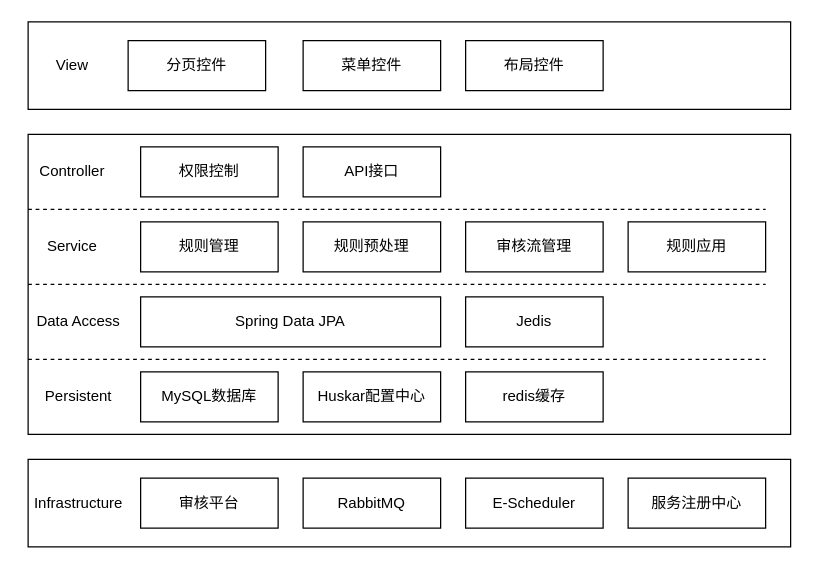
Above: 各种图/系统架构图.drawio in Jinsiye/thesis (draw.io), before the change. Source tidied: cells renumbered, new cells numbered last; positions are measured from the earlier drawing's top-left corner, leaving out a move shared by most shapes. Both pictures are drawn from the tidied source at 125%, with x=0, y=0 at pixel (21, 21).
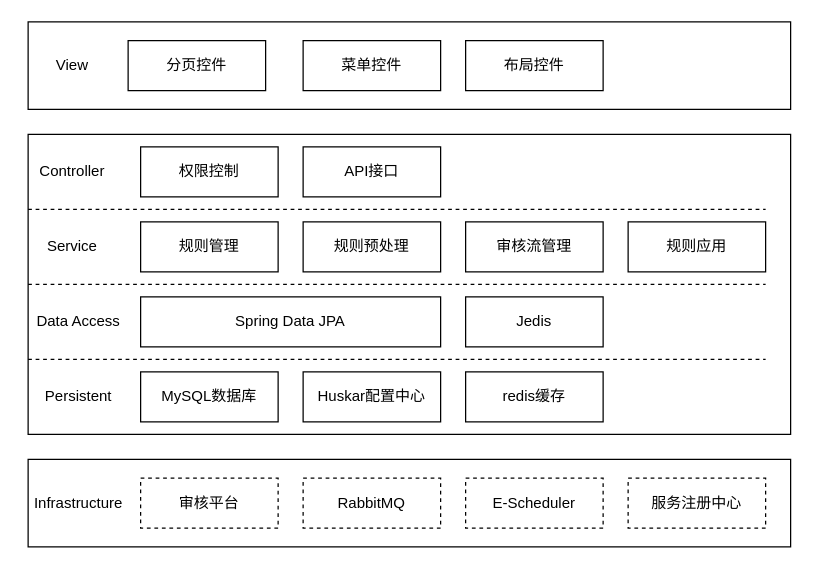
After the change.

Diff of the diagram source:
```diff
@@
-    <mxCell id="28" value="审核平台" style="rounded=0;whiteSpace=wrap;html=1;" parent="1" vertex="1">
+    <mxCell id="28" value="审核平台" style="rounded=0;whiteSpace=wrap;html=1;dashed=1;" parent="1" vertex="1">
       <mxGeometry x="95" y="365" width="110" height="40" as="geometry" />
     </mxCell>
-    <mxCell id="29" value="RabbitMQ" style="rounded=0;whiteSpace=wrap;html=1;" parent="1" vertex="1">
+    <mxCell id="29" value="RabbitMQ" style="rounded=0;whiteSpace=wrap;html=1;dashed=1;" parent="1" vertex="1">
       <mxGeometry x="225" y="365" width="110" height="40" as="geometry" />
     </mxCell>
-    <mxCell id="30" value="服务注册中心" style="rounded=0;whiteSpace=wrap;html=1;" parent="1" vertex="1">
+    <mxCell id="30" value="服务注册中心" style="rounded=0;whiteSpace=wrap;html=1;dashed=1;" parent="1" vertex="1">
       <mxGeometry x="485" y="365" width="110" height="40" as="geometry" />
     </mxCell>
-    <mxCell id="31" value="E-Scheduler" style="rounded=0;whiteSpace=wrap;html=1;" parent="1" vertex="1">
+    <mxCell id="31" value="E-Scheduler" style="rounded=0;whiteSpace=wrap;html=1;dashed=1;" parent="1" vertex="1">
       <mxGeometry x="355" y="365" width="110" height="40" as="geometry" />
     </mxCell>
```
